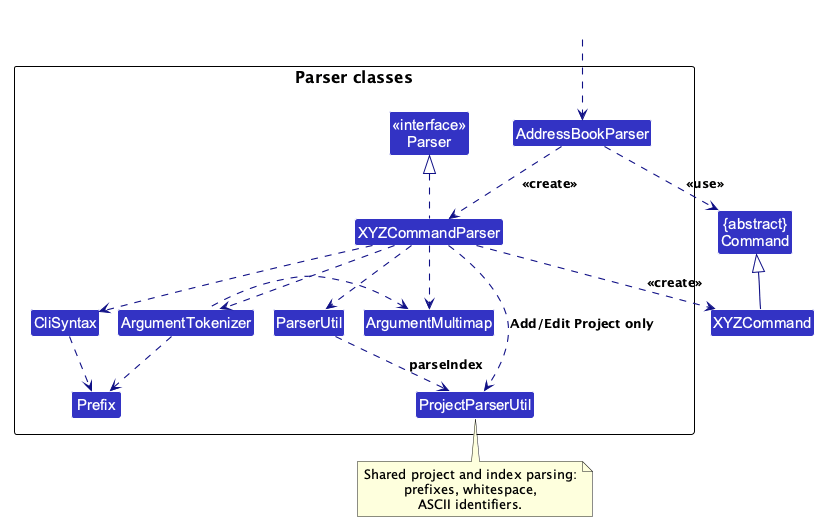
The PlantUML diagram docs/images/ParserClasses.png in AY2627S1-CS2103T-T10-1/tp, before a commit.
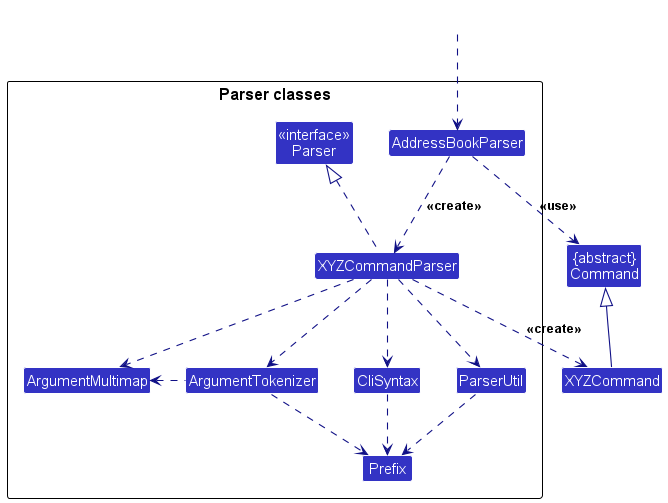
The same file after the commit.

What changed in the source:
```diff
@@ -13,7 +13,6 @@
 Class XYZCommandParser
 Class CliSyntax
 Class ParserUtil
-Class ProjectParserUtil
 Class ArgumentMultimap
 Class ArgumentTokenizer
 Class Prefix
@@ -33,13 +32,7 @@
 XYZCommandParser ..> CliSyntax
 CliSyntax ..> Prefix
 XYZCommandParser ..> ParserUtil
-note bottom of ProjectParserUtil
-  Shared project and index parsing:
-  prefixes, whitespace,
-  ASCII identifiers.
-end note
-XYZCommandParser ..> ProjectParserUtil : Add/Edit Project only
-ParserUtil ..> ProjectParserUtil : parseIndex
+ParserUtil .down.> Prefix
 ArgumentTokenizer .down.> Prefix
 XYZCommand -up-|> Command
 @enduml
```
